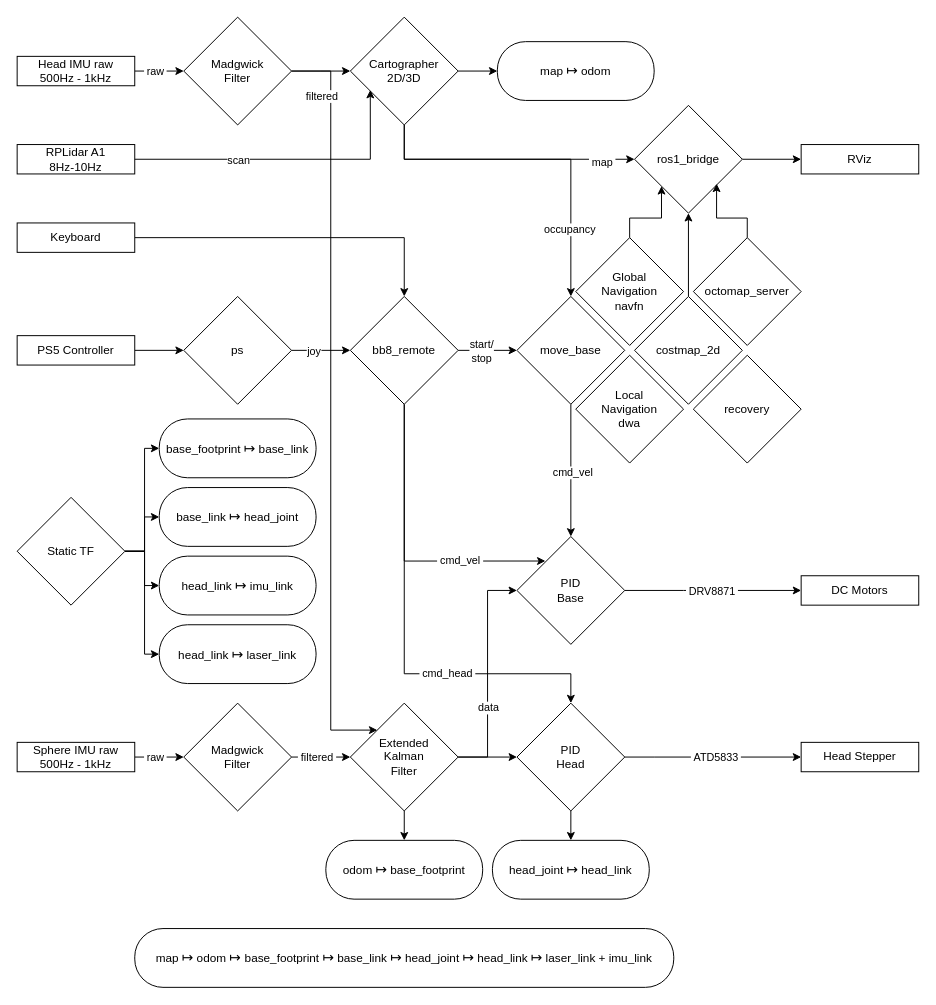
Before: imgs/bb8.drawio in Fritz179/orbit_ws, a draw.io diagram. Source tidied: cells renumbered, new cells numbered last; positions are measured from the earlier drawing's top-left corner, leaving out a move shared by most shapes. Both pictures are drawn from the tidied source at 98%, with x=0, y=0 at pixel (17, 17).
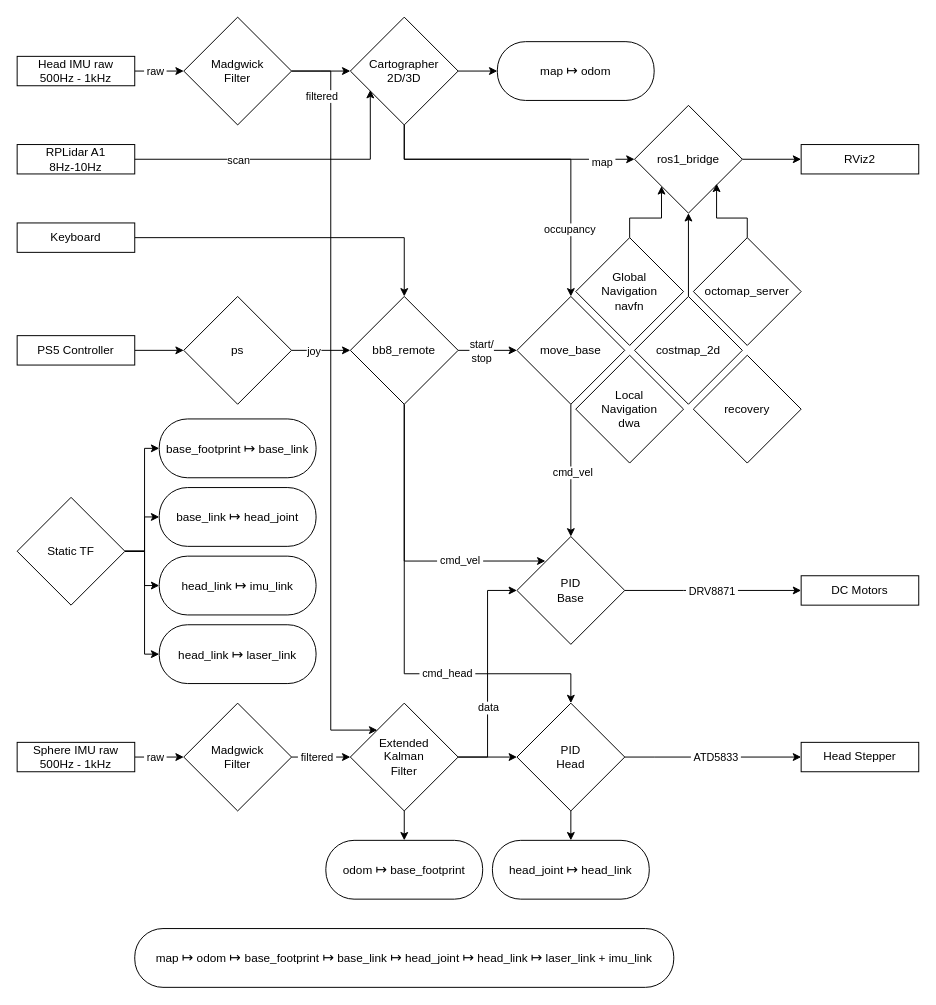
After the change.

Change to the diagram source:
```diff
@@
-    <mxCell id="27" value="RViz" style="rounded=0;whiteSpace=wrap;html=1;" parent="1" vertex="1">
+    <mxCell id="27" value="RViz2" style="rounded=0;whiteSpace=wrap;html=1;" parent="1" vertex="1">
       <mxGeometry x="800" y="130" width="120" height="30" as="geometry" />
     </mxCell>
```
